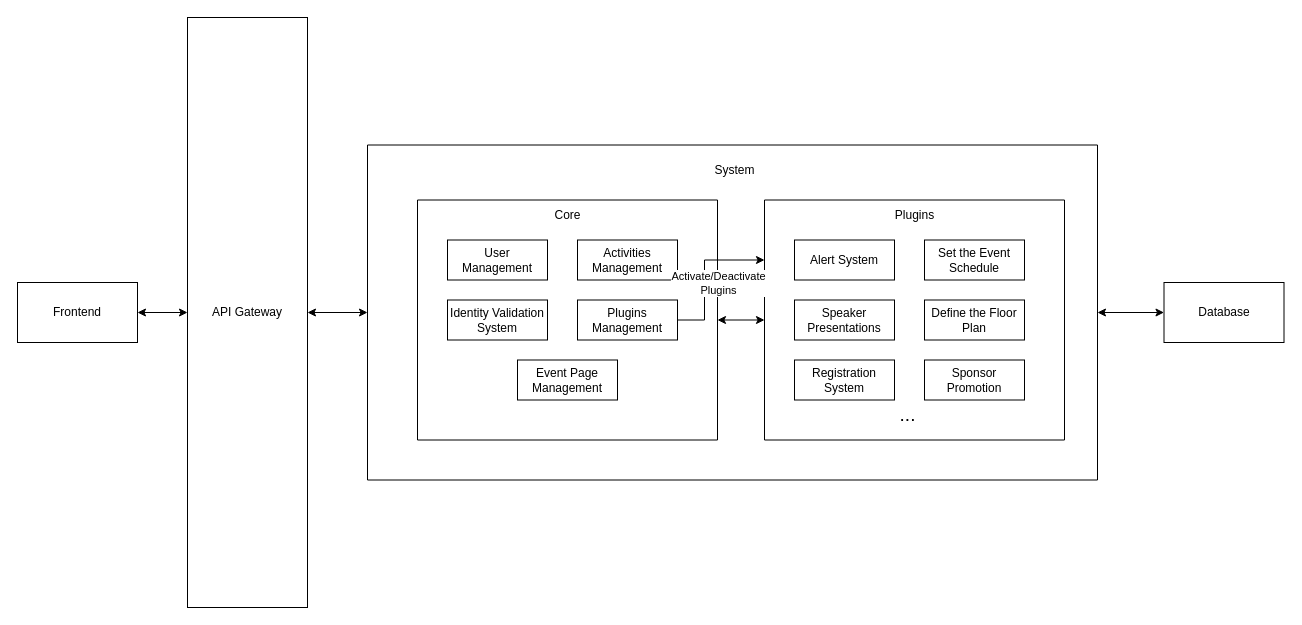
This is page "Arquitetura" (2 of 2) of coffeeBreak.drawio from PI-coffeeBreak/diagrams, a draw.io file, before an edit. Source tidied: cells renumbered, new cells numbered last; positions are measured from the earlier drawing's top-left corner, leaving out a move shared by most shapes. Both pictures are drawn from the tidied source at 100%, with x=0, y=0 at pixel (17, 17).
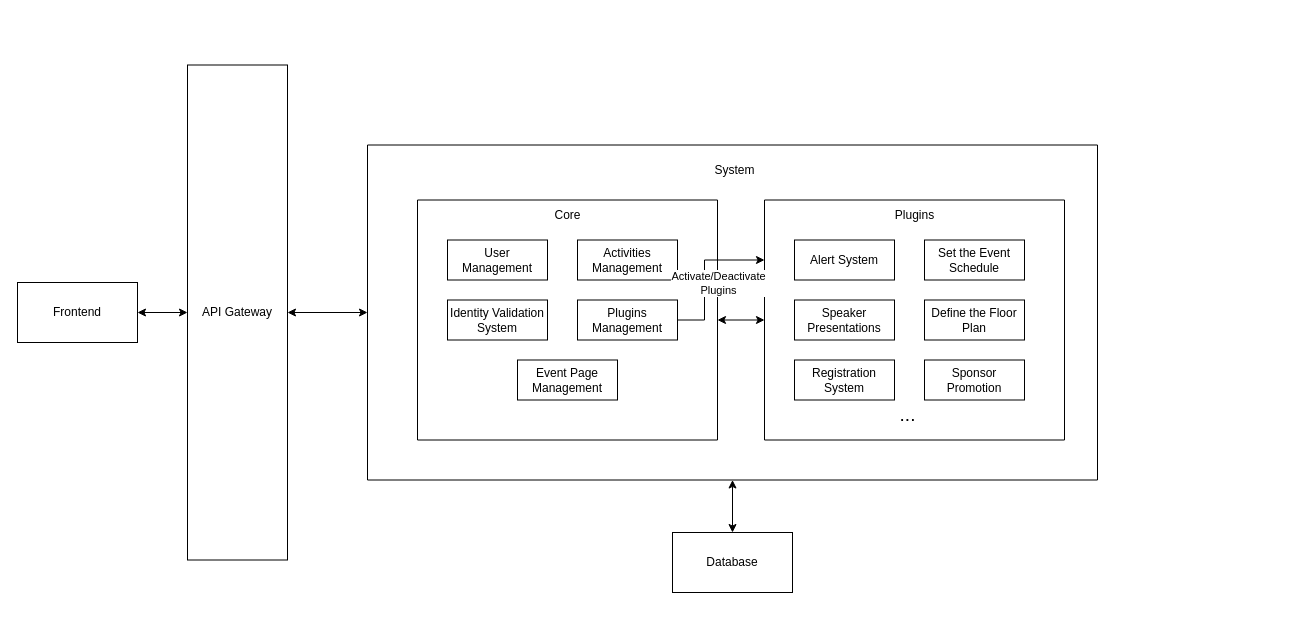
After the change.

Commit message:
Update Positions for better viewing

The change refers to these unchanged cells:
```xml
<mxCell id="8" style="swimlane;startSize=0;" parent="1" vertex="1">
  <mxGeometry x="350" y="127.5" width="730" height="335" as="geometry" />
</mxCell>
```

What changed in the source:
```diff
@@
     <mxCell id="5" value="API Gateway" style="rounded=0;whiteSpace=wrap;html=1;" parent="1" vertex="1">
-      <mxGeometry x="170" width="120" height="590" as="geometry" />
+      <mxGeometry x="170" y="47.5" width="100" height="495" as="geometry" />
     </mxCell>
     <mxCell id="6" value="Database" style="rounded=0;whiteSpace=wrap;html=1;" parent="1" vertex="1">
-      <mxGeometry x="1146.5" y="265" width="120" height="60" as="geometry" />
+      <mxGeometry x="655" y="515" width="120" height="60" as="geometry" />
     </mxCell>
-    <mxCell id="7" style="edgeStyle=orthogonalEdgeStyle;rounded=0;jettySize=auto;html=1;exitX=1;exitY=0.5;exitDx=0;exitDy=0;startArrow=classic;startFill=1;" parent="1" edge="1" source="8" target="6">
+    <mxCell id="7" style="edgeStyle=orthogonalEdgeStyle;rounded=0;jettySize=auto;html=1;exitX=0.5;exitY=1;exitDx=0;exitDy=0;startArrow=classic;startFill=1;" parent="1" edge="1" source="8" target="6">
       <mxGeometry relative="1" as="geometry" />
     </mxCell>
```
